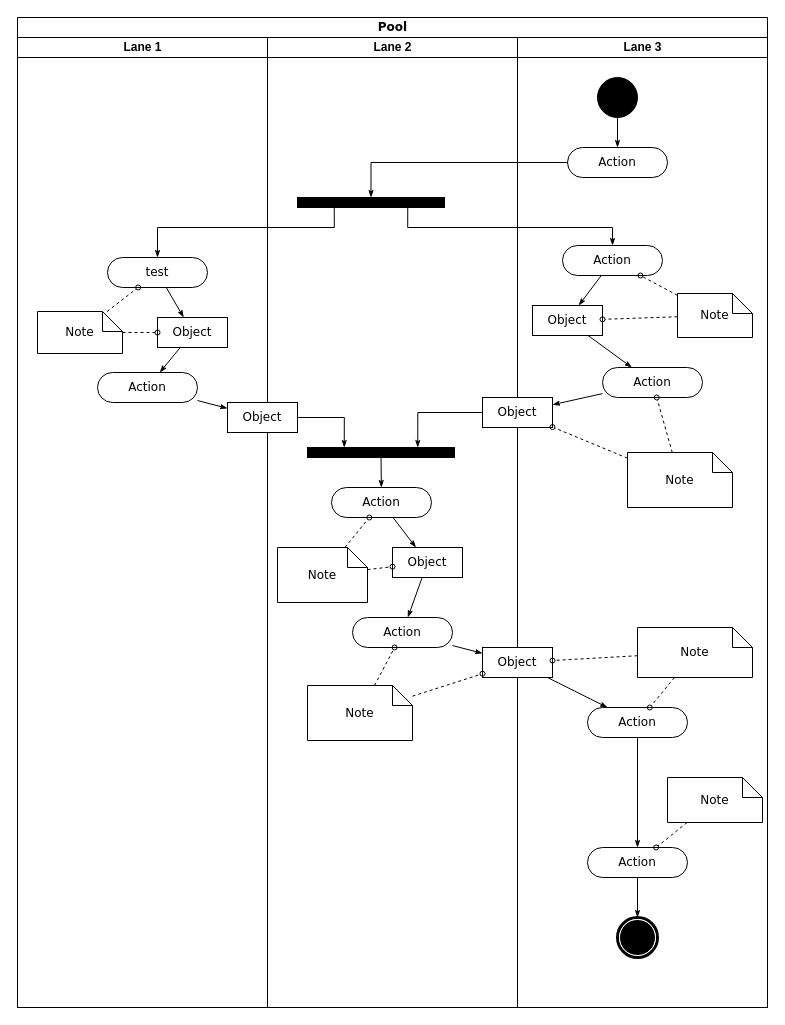
Before: Untitled Diagram.drawio in GabrielKP/vice-versa, a draw.io diagram. Source tidied: cells renumbered, new cells numbered last; positions are measured from the earlier drawing's top-left corner, leaving out a move shared by most shapes. Both pictures are drawn from the tidied source at 100%, with x=0, y=0 at pixel (17, 17).
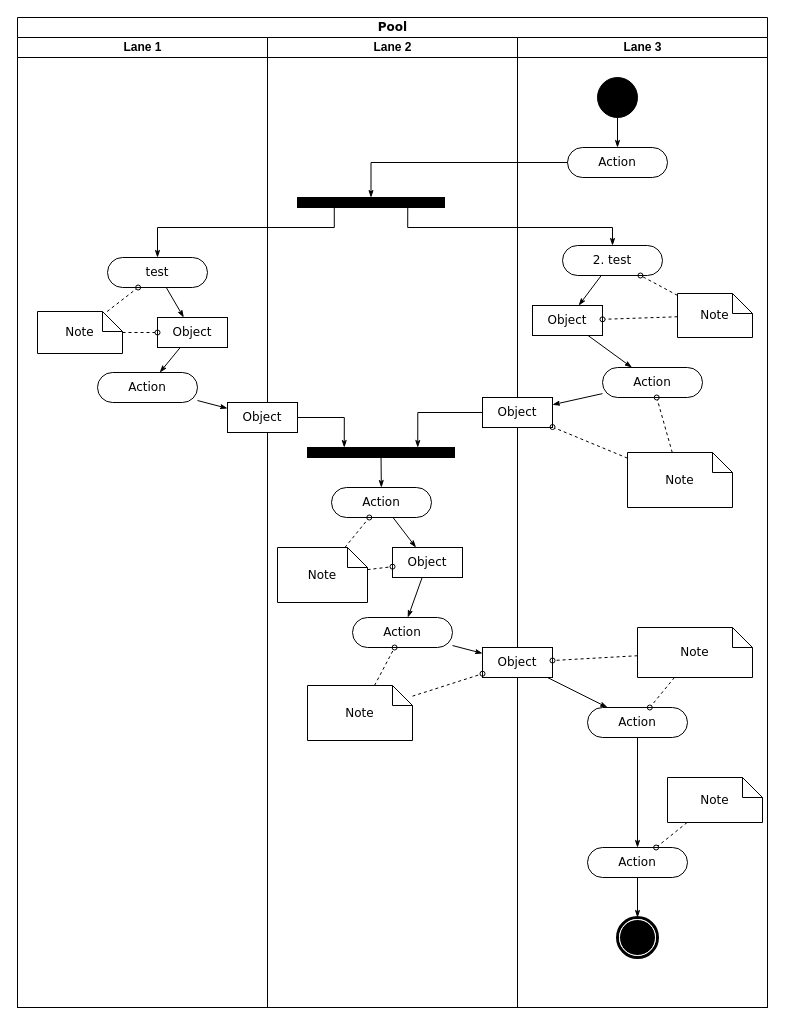
The same diagram, later.

The change refers to these unchanged cells:
```xml
<mxCell id="28" value="Lane 3" style="swimlane;html=1;startSize=20;" parent="2" vertex="1">
  <mxGeometry x="500" y="20" width="250" height="970" as="geometry" />
</mxCell>
```

What changed in the source:
```diff
@@
-    <mxCell id="33" value="Action" style="rounded=1;whiteSpace=wrap;html=1;shadow=0;comic=0;labelBackgroundColor=none;strokeWidth=1;fontFamily=Verdana;fontSize=12;align=center;arcSize=50;" parent="28" vertex="1">
+    <mxCell id="33" value="2. test" style="rounded=1;whiteSpace=wrap;html=1;shadow=0;comic=0;labelBackgroundColor=none;strokeWidth=1;fontFamily=Verdana;fontSize=12;align=center;arcSize=50;" parent="28" vertex="1">
       <mxGeometry x="45" y="208" width="100" height="30" as="geometry" />
     </mxCell>
```
